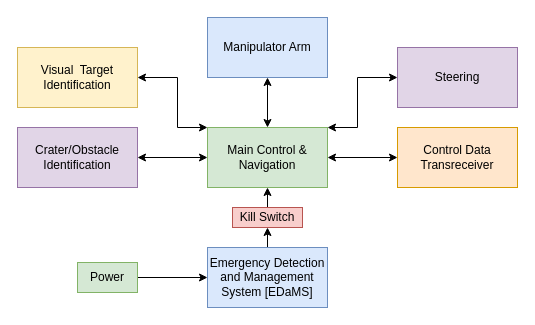
ShadowWarrior8/ArduinoProj keeps this draw.io diagram as Untitled Diagram.drawio. Above is the earlier version. Source tidied: cells renumbered, new cells numbered last; positions are measured from the earlier drawing's top-left corner, leaving out a move shared by most shapes. Both pictures are drawn from the tidied source at 100%, with x=0, y=0 at pixel (17, 17).
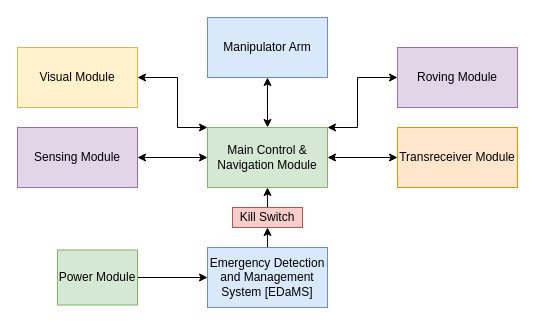
The same diagram, later.

What changed in the source:
```diff
@@
-    <mxCell id="3" value="Main Control &amp;amp; Navigation" style="rounded=0;whiteSpace=wrap;html=1;fillColor=#d5e8d4;strokeColor=#82b366;" parent="1" vertex="1">
+    <mxCell id="3" value="Main Control &amp;amp; Navigation Module" style="rounded=0;whiteSpace=wrap;html=1;fillColor=#d5e8d4;strokeColor=#82b366;" parent="1" vertex="1">
       <mxGeometry x="190" y="110" width="120" height="60" as="geometry" />
     </mxCell>
-    <mxCell id="4" value="Visual&amp;nbsp; Target Identification" style="rounded=0;whiteSpace=wrap;html=1;fillColor=#fff2cc;strokeColor=#d6b656;" parent="1" vertex="1">
+    <mxCell id="4" value="Visual Module" style="rounded=0;whiteSpace=wrap;html=1;fillColor=#fff2cc;strokeColor=#d6b656;" parent="1" vertex="1">
       <mxGeometry y="30" width="120" height="60" as="geometry" />
     </mxCell>
-    <mxCell id="5" value="Crater/Obstacle Identification" style="rounded=0;whiteSpace=wrap;html=1;fillColor=#e1d5e7;strokeColor=#9673a6;" parent="1" vertex="1">
+    <mxCell id="5" value="Sensing Module" style="rounded=0;whiteSpace=wrap;html=1;fillColor=#e1d5e7;strokeColor=#9673a6;" parent="1" vertex="1">
       <mxGeometry y="110" width="120" height="60" as="geometry" />
     </mxCell>
-    <mxCell id="6" value="Steering" style="rounded=0;whiteSpace=wrap;html=1;fillColor=#e1d5e7;strokeColor=#9673a6;" parent="1" vertex="1">
+    <mxCell id="6" value="Roving Module" style="rounded=0;whiteSpace=wrap;html=1;fillColor=#e1d5e7;strokeColor=#9673a6;" parent="1" vertex="1">
       <mxGeometry x="380" y="30" width="120" height="60" as="geometry" />
     </mxCell>
-    <mxCell id="7" value="Control Data Transreceiver" style="rounded=0;whiteSpace=wrap;html=1;fillColor=#ffe6cc;strokeColor=#d79b00;" parent="1" vertex="1">
+    <mxCell id="7" value="Transreceiver Module" style="rounded=0;whiteSpace=wrap;html=1;fillColor=#ffe6cc;strokeColor=#d79b00;" parent="1" vertex="1">
       <mxGeometry x="380" y="110" width="120" height="60" as="geometry" />
     </mxCell>
@@
-    <mxCell id="11" value="Power" style="rounded=0;whiteSpace=wrap;html=1;fillColor=#d5e8d4;strokeColor=#82b366;" parent="1" vertex="1">
-      <mxGeometry x="60" y="245" width="60" height="30" as="geometry" />
+    <mxCell id="11" value="Power Module" style="rounded=0;whiteSpace=wrap;html=1;fillColor=#d5e8d4;strokeColor=#82b366;" parent="1" vertex="1">
+      <mxGeometry x="40" y="232.5" width="80" height="55" as="geometry" />
     </mxCell>
```
